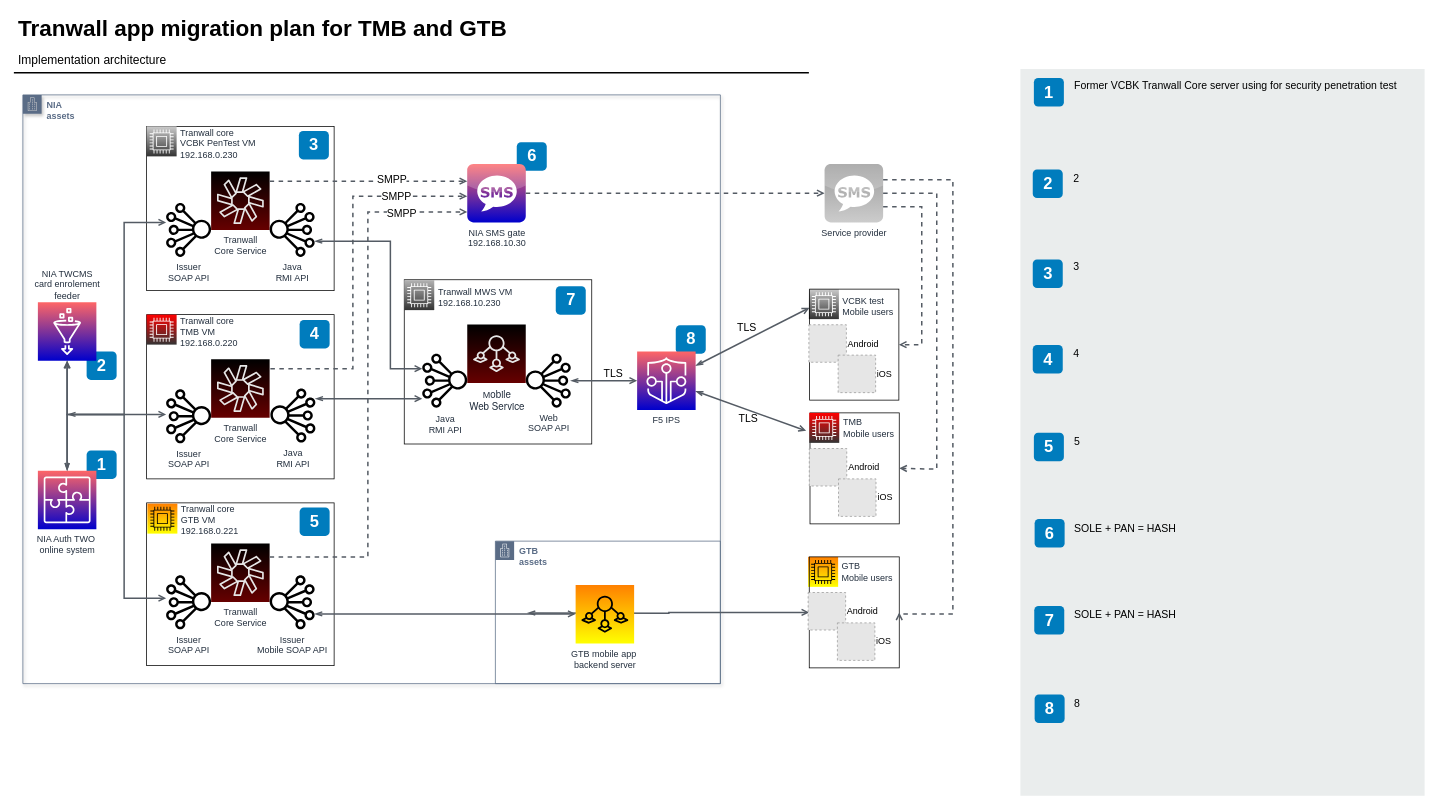
This is Tranwall app migration plan.drawio from 7ak/draw.io, a draw.io file, before an edit. Source tidied: cells renumbered, new cells numbered last; positions are measured from the earlier drawing's top-left corner, leaving out a move shared by most shapes. Both pictures are drawn from the tidied source at 75%, with x=0, y=0 at pixel (14, 13). Pictures stored in the file or linked from it are replaced by grey dashed boxes.
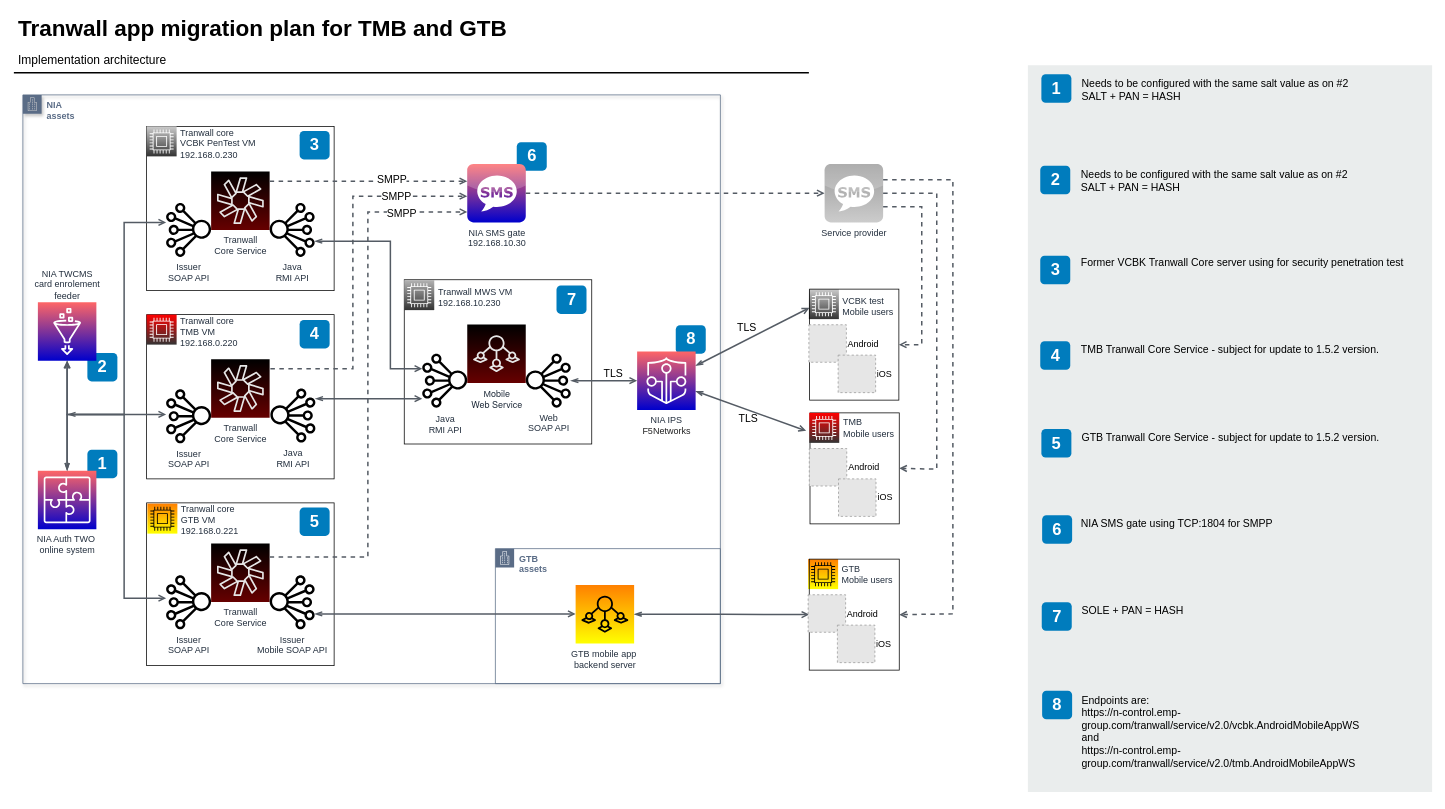
Above is the later version.

Unchanged cells that the change refers to:
```xml
<mxCell id="64" value="GTB mobile app&amp;nbsp;&lt;br&gt;backend server" style="outlineConnect=0;fontColor=#232F3E;gradientColor=#FF8000;gradientDirection=north;fillColor=#FFFF00;strokeColor=#000000;dashed=0;verticalLabelPosition=bottom;verticalAlign=top;align=center;html=1;fontSize=12;fontStyle=0;shape=mxgraph.aws4.resourceIcon;resIcon=mxgraph.aws4.iot_sitewise;shadow=0;spacing=2;" parent="1" vertex="1">
  <mxGeometry x="749" y="762.5" width="78" height="78" as="geometry" />
</mxCell>
<mxCell id="83" style="whiteSpace=wrap;html=1;dashed=0;fontColor=#AAB7B8;fontStyle=0;align=left;verticalAlign=top;strokeColor=#000000;fillColor=none;gradientColor=none;spacingLeft=30;" parent="81" vertex="1">
  <mxGeometry x="1.5" width="120" height="148" as="geometry" />
</mxCell>
```

Diff of the diagram source:
```diff
@@
     <mxCell id="5" value="1" style="rounded=1;whiteSpace=wrap;html=1;fillColor=#007CBD;strokeColor=none;fontColor=#FFFFFF;fontStyle=1;fontSize=22;" parent="1" vertex="1">
-      <mxGeometry x="97" y="583" width="40" height="38" as="geometry" />
+      <mxGeometry x="98" y="582" width="40" height="38" as="geometry" />
     </mxCell>
@@
     <mxCell id="14" value="&lt;b&gt;GTB &lt;br&gt;assets&lt;/b&gt;" style="gradientColor=#ffffff;html=1;whiteSpace=wrap;fontSize=12;fontStyle=0;shape=mxgraph.aws4.group;grIcon=mxgraph.aws4.group_corporate_data_center;strokeColor=#5A6C86;fillColor=none;verticalAlign=top;align=left;spacingLeft=30;fontColor=#5A6C86;dashed=0;shadow=0;" parent="1" vertex="1">
-      <mxGeometry x="642" y="704" width="300" height="190" as="geometry" />
+      <mxGeometry x="642" y="714" width="300" height="180" as="geometry" />
     </mxCell>
@@
     <mxCell id="20" style="rounded=0;whiteSpace=wrap;html=1;fillColor=#EAEDED;fontSize=22;fontColor=#FFFFFF;strokeColor=none;labelBackgroundColor=none;" parent="1" vertex="1">
-      <mxGeometry x="1342" y="74.5" width="539" height="969" as="geometry" />
+      <mxGeometry x="1352" y="69.5" width="539" height="969" as="geometry" />
     </mxCell>
     <mxCell id="21" value="1" style="rounded=1;whiteSpace=wrap;html=1;fillColor=#007CBD;strokeColor=none;fontColor=#FFFFFF;fontStyle=1;fontSize=22;labelBackgroundColor=none;" parent="1" vertex="1">
-      <mxGeometry x="1360" y="86.5" width="40" height="38" as="geometry" />
+      <mxGeometry x="1370" y="81.5" width="40" height="38" as="geometry" />
     </mxCell>
     <mxCell id="22" value="2" style="rounded=1;whiteSpace=wrap;html=1;fillColor=#007CBD;strokeColor=none;fontColor=#FFFFFF;fontStyle=1;fontSize=22;labelBackgroundColor=none;" parent="1" vertex="1">
-      <mxGeometry x="1358.5" y="208.5" width="40" height="38" as="geometry" />
+      <mxGeometry x="1368.5" y="203.5" width="40" height="38" as="geometry" />
     </mxCell>
     <mxCell id="23" value="3" style="rounded=1;whiteSpace=wrap;html=1;fillColor=#007CBD;strokeColor=none;fontColor=#FFFFFF;fontStyle=1;fontSize=22;labelBackgroundColor=none;" parent="1" vertex="1">
-      <mxGeometry x="1358.5" y="328.5" width="40" height="38" as="geometry" />
+      <mxGeometry x="1368.5" y="323.5" width="40" height="38" as="geometry" />
     </mxCell>
     <mxCell id="24" value="4" style="rounded=1;whiteSpace=wrap;html=1;fillColor=#007CBD;strokeColor=none;fontColor=#FFFFFF;fontStyle=1;fontSize=22;labelBackgroundColor=none;" parent="1" vertex="1">
-      <mxGeometry x="1358.5" y="442.5" width="40" height="38" as="geometry" />
+      <mxGeometry x="1368.5" y="437.5" width="40" height="38" as="geometry" />
     </mxCell>
     <mxCell id="25" value="5" style="rounded=1;whiteSpace=wrap;html=1;fillColor=#007CBD;strokeColor=none;fontColor=#FFFFFF;fontStyle=1;fontSize=22;labelBackgroundColor=none;" parent="1" vertex="1">
-      <mxGeometry x="1360" y="559.5" width="40" height="38" as="geometry" />
+      <mxGeometry x="1370" y="554.5" width="40" height="38" as="geometry" />
     </mxCell>
     <mxCell id="26" value="6" style="rounded=1;whiteSpace=wrap;html=1;fillColor=#007CBD;strokeColor=none;fontColor=#FFFFFF;fontStyle=1;fontSize=22;labelBackgroundColor=none;" parent="1" vertex="1">
-      <mxGeometry x="1361" y="674.5" width="40" height="38" as="geometry" />
+      <mxGeometry x="1371" y="669.5" width="40" height="38" as="geometry" />
     </mxCell>
     <mxCell id="27" value="7" style="rounded=1;whiteSpace=wrap;html=1;fillColor=#007CBD;strokeColor=none;fontColor=#FFFFFF;fontStyle=1;fontSize=22;labelBackgroundColor=none;" parent="1" vertex="1">
-      <mxGeometry x="1360.5" y="790.5" width="40" height="38" as="geometry" />
+      <mxGeometry x="1370.5" y="785.5" width="40" height="38" as="geometry" />
     </mxCell>
     <mxCell id="28" value="8" style="rounded=1;whiteSpace=wrap;html=1;fillColor=#007CBD;strokeColor=none;fontColor=#FFFFFF;fontStyle=1;fontSize=22;labelBackgroundColor=none;" parent="1" vertex="1">
-      <mxGeometry x="1361" y="908.5" width="40" height="38" as="geometry" />
+      <mxGeometry x="1371" y="903.5" width="40" height="38" as="geometry" />
     </mxCell>
-    <mxCell id="29" value="Former VCBK Tranwall Core server using for security penetration test" style="text;html=1;align=left;verticalAlign=top;spacingTop=-4;fontSize=14;labelBackgroundColor=none;whiteSpace=wrap;" parent="1" vertex="1">
-      <mxGeometry x="1411.5" y="86" width="449" height="118" as="geometry" />
+    <mxCell id="29" value="Needs to be configured with the same salt value as on #2&lt;br&gt;SALT + PAN = HASH" style="text;html=1;align=left;verticalAlign=top;spacingTop=-4;fontSize=14;labelBackgroundColor=none;whiteSpace=wrap;" parent="1" vertex="1">
+      <mxGeometry x="1421.5" y="83" width="449" height="118" as="geometry" />
     </mxCell>
-    <mxCell id="30" value="&lt;span&gt;2&lt;/span&gt;" style="text;html=1;align=left;verticalAlign=top;spacingTop=-4;fontSize=14;labelBackgroundColor=none;whiteSpace=wrap;" parent="1" vertex="1">
-      <mxGeometry x="1410.5" y="209" width="450" height="115" as="geometry" />
+    <mxCell id="30" value="Needs to be configured with the same salt value as on #2&lt;br&gt;SALT + PAN = HASH" style="text;html=1;align=left;verticalAlign=top;spacingTop=-4;fontSize=14;labelBackgroundColor=none;whiteSpace=wrap;" parent="1" vertex="1">
+      <mxGeometry x="1420.5" y="204" width="450" height="115" as="geometry" />
     </mxCell>
-    <mxCell id="31" value="3" style="text;html=1;align=left;verticalAlign=top;spacingTop=-4;fontSize=14;labelBackgroundColor=none;whiteSpace=wrap;" parent="1" vertex="1">
-      <mxGeometry x="1410.5" y="327" width="450" height="117" as="geometry" />
+    <mxCell id="31" value="Former VCBK Tranwall Core server using for security penetration test" style="text;html=1;align=left;verticalAlign=top;spacingTop=-4;fontSize=14;labelBackgroundColor=none;whiteSpace=wrap;" parent="1" vertex="1">
+      <mxGeometry x="1420.5" y="322" width="450" height="117" as="geometry" />
     </mxCell>
-    <mxCell id="32" value="&lt;span&gt;4&lt;/span&gt;" style="text;html=1;align=left;verticalAlign=top;spacingTop=-4;fontSize=14;labelBackgroundColor=none;whiteSpace=wrap;" parent="1" vertex="1">
-      <mxGeometry x="1410.5" y="443" width="450" height="121" as="geometry" />
+    <mxCell id="32" value="TMB Tranwall Core Service - subject for update to 1.5.2 version.&amp;nbsp;" style="text;html=1;align=left;verticalAlign=top;spacingTop=-4;fontSize=14;labelBackgroundColor=none;whiteSpace=wrap;" parent="1" vertex="1">
+      <mxGeometry x="1420.5" y="438" width="450" height="121" as="geometry" />
     </mxCell>
-    <mxCell id="33" value="&lt;span&gt;5&lt;/span&gt;" style="text;html=1;align=left;verticalAlign=top;spacingTop=-4;fontSize=14;labelBackgroundColor=none;whiteSpace=wrap;" parent="1" vertex="1">
-      <mxGeometry x="1411.5" y="560" width="449" height="114" as="geometry" />
+    <mxCell id="33" value="GTB Tranwall Core Service - subject for update to 1.5.2 version.&amp;nbsp;" style="text;html=1;align=left;verticalAlign=top;spacingTop=-4;fontSize=14;labelBackgroundColor=none;whiteSpace=wrap;" parent="1" vertex="1">
+      <mxGeometry x="1421.5" y="555" width="449" height="114" as="geometry" />
     </mxCell>
-    <mxCell id="34" value="&lt;span&gt;SOLE + PAN = HASH&lt;/span&gt;" style="text;html=1;align=left;verticalAlign=top;spacingTop=-4;fontSize=14;labelBackgroundColor=none;whiteSpace=wrap;" parent="1" vertex="1">
-      <mxGeometry x="1411.5" y="676" width="450" height="118" as="geometry" />
-    </mxCell>
     <mxCell id="35" value="&lt;span&gt;SOLE + PAN = HASH&lt;/span&gt;" style="text;html=1;align=left;verticalAlign=top;spacingTop=-4;fontSize=14;labelBackgroundColor=none;whiteSpace=wrap;" parent="1" vertex="1">
-      <mxGeometry x="1411.5" y="791" width="449" height="113" as="geometry" />
+      <mxGeometry x="1421.5" y="786" width="449" height="113" as="geometry" />
     </mxCell>
-    <mxCell id="36" value="&lt;span&gt;8&lt;/span&gt;" style="text;html=1;align=left;verticalAlign=top;spacingTop=-4;fontSize=14;labelBackgroundColor=none;whiteSpace=wrap;" parent="1" vertex="1">
-      <mxGeometry x="1411.5" y="910" width="449" height="124" as="geometry" />
+    <mxCell id="36" value="Endpoints are:&lt;br&gt;https://n-control.emp-group.com/tranwall/service/v2.0/vcbk.AndroidMobileAppWS&lt;br&gt;and&lt;br&gt;https://n-control.emp-group.com/tranwall/service/v2.0/tmb.AndroidMobileAppWS" style="text;html=1;align=left;verticalAlign=top;spacingTop=-4;fontSize=14;labelBackgroundColor=none;whiteSpace=wrap;" parent="1" vertex="1">
+      <mxGeometry x="1421.5" y="905" width="449" height="124" as="geometry" />
     </mxCell>
@@
-    <mxCell id="38" value="&lt;span&gt;M&lt;/span&gt;&lt;span style=&quot;font-family: &amp;#34;helvetica neue&amp;#34; ; font-size: 13px&quot;&gt;obile &lt;br&gt;Web Service&lt;/span&gt;" style="fontColor=#232F3E;gradientColor=#000000;gradientDirection=north;fillColor=#660000;strokeColor=#E6E6E6;dashed=0;verticalLabelPosition=bottom;verticalAlign=top;align=center;html=1;fontSize=12;fontStyle=0;shape=mxgraph.aws4.resourceIcon;resIcon=mxgraph.aws4.iot_sitewise;shadow=0;spacing=2;" parent="1" vertex="1">
+    <mxCell id="38" value="&lt;font style=&quot;font-size: 12px&quot;&gt;&lt;span&gt;M&lt;/span&gt;&lt;span style=&quot;font-family: &amp;#34;helvetica neue&amp;#34;&quot;&gt;obile &lt;br&gt;Web Service&lt;/span&gt;&lt;/font&gt;" style="fontColor=#232F3E;gradientColor=#000000;gradientDirection=north;fillColor=#660000;strokeColor=#E6E6E6;dashed=0;verticalLabelPosition=bottom;verticalAlign=top;align=center;html=1;fontSize=12;fontStyle=0;shape=mxgraph.aws4.resourceIcon;resIcon=mxgraph.aws4.iot_sitewise;shadow=0;spacing=2;" parent="1" vertex="1">
       <mxGeometry x="604.5" y="415" width="78" height="78" as="geometry" />
     </mxCell>
     <mxCell id="39" value="2" style="rounded=1;whiteSpace=wrap;html=1;fillColor=#007CBD;strokeColor=none;fontColor=#FFFFFF;fontStyle=1;fontSize=22;" parent="1" vertex="1">
-      <mxGeometry x="97" y="451" width="40" height="38" as="geometry" />
+      <mxGeometry x="98" y="453" width="40" height="38" as="geometry" />
     </mxCell>
     <mxCell id="40" value="3" style="rounded=1;whiteSpace=wrap;html=1;fillColor=#007CBD;strokeColor=none;fontColor=#FFFFFF;fontStyle=1;fontSize=22;" parent="1" vertex="1">
-      <mxGeometry x="380" y="157" width="40" height="38" as="geometry" />
+      <mxGeometry x="381" y="157" width="40" height="38" as="geometry" />
     </mxCell>
@@
-    <mxCell id="56" style="edgeStyle=orthogonalEdgeStyle;rounded=0;jettySize=auto;html=1;strokeColor=#545B64;strokeWidth=2;endFill=0;endArrow=open;startArrow=openThin;entryX=0;entryY=0.5;entryDx=0;entryDy=0;startFill=0;" parent="1" edge="1" target="83">
-      <mxGeometry relative="1" as="geometry">
-        <mxPoint x="685" y="799.7" as="sourcePoint" />
-      </mxGeometry>
+    <mxCell id="56" style="edgeStyle=orthogonalEdgeStyle;rounded=0;jettySize=auto;html=1;strokeColor=#545B64;strokeWidth=2;endFill=0;endArrow=open;startArrow=openThin;entryX=0;entryY=0.5;entryDx=0;entryDy=0;startFill=0;" parent="1" edge="1" source="64" target="83">
+      <mxGeometry relative="1" as="geometry" />
     </mxCell>
@@
     <mxCell id="80" style="group;" parent="1" vertex="1">
-      <mxGeometry x="1059" y="725" width="121.5" height="148" as="geometry" />
+      <mxGeometry x="1059" y="728" width="121.5" height="148" as="geometry" />
     </mxCell>
@@
     <mxCell id="92" value="7" style="rounded=1;whiteSpace=wrap;html=1;fillColor=#007CBD;strokeColor=none;fontColor=#FFFFFF;fontStyle=1;fontSize=22;" parent="1" vertex="1">
-      <mxGeometry x="722.5" y="364" width="40" height="38" as="geometry" />
+      <mxGeometry x="723.5" y="363" width="40" height="38" as="geometry" />
     </mxCell>
@@
-    <mxCell id="96" value="F5 IPS" style="outlineConnect=0;fontColor=#232F3E;gradientColor=#FF6666;gradientDirection=north;fillColor=#0000CC;strokeColor=#ffffff;dashed=0;verticalLabelPosition=bottom;verticalAlign=top;align=center;html=1;fontSize=12;fontStyle=0;shape=mxgraph.aws4.resourceIcon;resIcon=mxgraph.aws4.iot_device_defender;labelBackgroundColor=none;" parent="1" vertex="1">
+    <mxCell id="96" value="NIA IPS&lt;br style=&quot;font-size: 12px&quot;&gt;&lt;span style=&quot;color: rgb(34 , 34 , 34) ; font-family: &amp;#34;arial&amp;#34; , sans-serif ; font-size: 12px ; text-align: left ; white-space: normal ; background-color: rgb(255 , 255 , 255)&quot;&gt;F5Networks&lt;/span&gt;" style="outlineConnect=0;fontColor=#232F3E;gradientColor=#FF6666;gradientDirection=north;fillColor=#0000CC;strokeColor=#ffffff;dashed=0;verticalLabelPosition=bottom;verticalAlign=top;align=center;html=1;fontSize=12;fontStyle=0;shape=mxgraph.aws4.resourceIcon;resIcon=mxgraph.aws4.iot_device_defender;labelBackgroundColor=none;" parent="1" vertex="1">
       <mxGeometry x="831" y="451" width="78" height="78" as="geometry" />
     </mxCell>
@@
+    <mxCell id="99" value="NIA SMS gate using TCP:1804 for SMPP&amp;nbsp;" style="text;html=1;align=left;verticalAlign=top;spacingTop=-4;fontSize=14;labelBackgroundColor=none;whiteSpace=wrap;" parent="1" vertex="1">
+      <mxGeometry x="1420.5" y="669" width="449" height="114" as="geometry" />
+    </mxCell>
```
